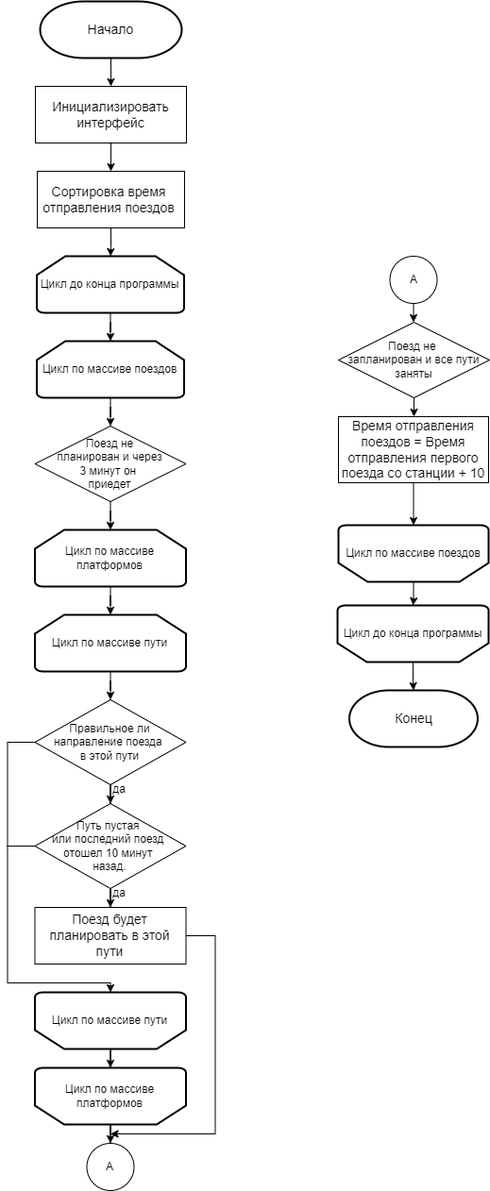
Earlier version of the draw.io export docs/img/prac.drawio.png (hieubichpro/6-SEM-Practice). Source tidied: cells renumbered, new cells last; positions are measured from the earlier drawing's top-left corner, leaving out a move shared by most shapes.
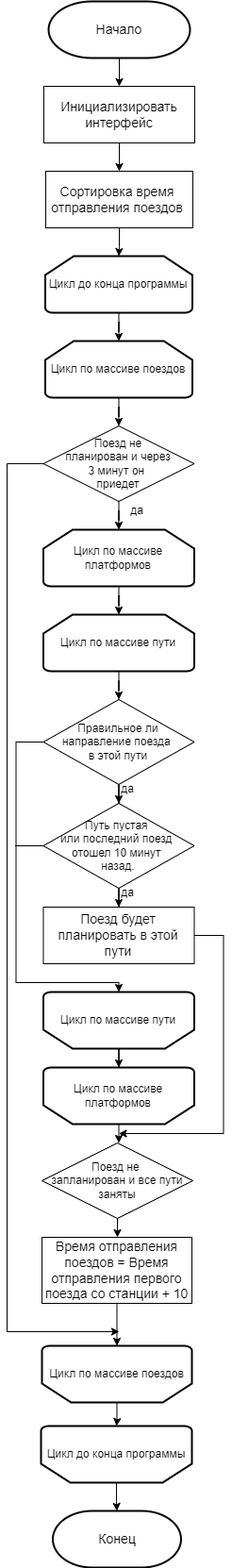
The same file after the commit.

The edit, as a diff of the source:
```diff
@@ -9,7 +9,7 @@
       <mxGeometry x="36" width="150" height="60" as="geometry" />
     </mxCell>
     <mxCell id="4" value="Конец" style="strokeWidth=2;html=1;shape=mxgraph.flowchart.terminator;whiteSpace=wrap;fontSize=14;" parent="1" vertex="1">
-      <mxGeometry x="363.5" y="730" width="136" height="60" as="geometry" />
+      <mxGeometry x="40.5" y="1600" width="136" height="60" as="geometry" />
     </mxCell>
     <mxCell id="5" style="edgeStyle=orthogonalEdgeStyle;rounded=0;jettySize=auto;html=1;entryX=0.5;entryY=0;entryDx=0;entryDy=0;" parent="1" edge="1" source="6" target="10">
       <mxGeometry relative="1" as="geometry" />
@@ -29,6 +29,14 @@
     <mxCell id="8" value="&lt;font style=&quot;font-size: 14px;&quot;&gt;Поезд будет планировать в этой пути&lt;/font&gt;" style="rounded=0;whiteSpace=wrap;html=1;fontSize=14;" parent="1" vertex="1">
       <mxGeometry x="30.5" y="960" width="160" height="60" as="geometry" />
     </mxCell>
+    <mxCell id="44" style="edgeStyle=orthogonalEdgeStyle;rounded=0;jettySize=auto;html=1;" parent="1" edge="1" source="9">
+      <mxGeometry relative="1" as="geometry">
+        <mxPoint x="111" y="1410" as="targetPoint" />
+        <Array as="points">
+          <mxPoint x="-8" y="490" />
+        </Array>
+      </mxGeometry>
+    </mxCell>
     <mxCell id="9" value="Поезд не&lt;div&gt;&amp;nbsp;планирован и&amp;nbsp;&lt;span style=&quot;background-color: initial;&quot;&gt;через&amp;nbsp;&lt;/span&gt;&lt;/div&gt;&lt;div&gt;3 минут&amp;nbsp;&lt;span style=&quot;background-color: initial;&quot;&gt;он&amp;nbsp;&lt;/span&gt;&lt;/div&gt;&lt;div&gt;&lt;span style=&quot;background-color: initial;&quot;&gt;приедет&lt;/span&gt;&lt;/div&gt;" style="rhombus;whiteSpace=wrap;html=1;" parent="1" vertex="1">
       <mxGeometry x="30.5" y="450" width="160" height="80" as="geometry" />
     </mxCell>
@@ -57,13 +65,13 @@
       <mxGeometry x="30.5" y="650" width="160" height="60" as="geometry" />
     </mxCell>
     <mxCell id="18" value="Цикл по массиве поездов" style="strokeWidth=2;html=1;shape=mxgraph.flowchart.loop_limit;whiteSpace=wrap;direction=west;" parent="1" vertex="1">
-      <mxGeometry x="352" y="555" width="159" height="60" as="geometry" />
+      <mxGeometry x="29" y="1425" width="159" height="60" as="geometry" />
     </mxCell>
     <mxCell id="19" value="Цикл по массиве пути" style="strokeWidth=2;html=1;shape=mxgraph.flowchart.loop_limit;whiteSpace=wrap;direction=west;" parent="1" vertex="1">
       <mxGeometry x="30.5" y="1050" width="160" height="60" as="geometry" />
     </mxCell>
     <mxCell id="20" value="Время отправления поездов = Время отправления первого поезда со станции + 10" style="rounded=0;whiteSpace=wrap;html=1;fontSize=14;" parent="1" vertex="1">
-      <mxGeometry x="352" y="440" width="159" height="70" as="geometry" />
+      <mxGeometry x="29" y="1310" width="159" height="70" as="geometry" />
     </mxCell>
     <mxCell id="21" style="edgeStyle=orthogonalEdgeStyle;rounded=0;jettySize=auto;html=1;entryX=0.5;entryY=0;entryDx=0;entryDy=0;" parent="1" edge="1" source="23" target="14">
       <mxGeometry relative="1" as="geometry" />
@@ -80,8 +88,10 @@
     <mxCell id="23" value="Правильное ли направление поезда&amp;nbsp;&lt;div&gt;в этой пути&lt;/div&gt;" style="rhombus;whiteSpace=wrap;html=1;" parent="1" vertex="1">
       <mxGeometry x="30.5" y="740" width="160" height="90" as="geometry" />
     </mxCell>
-    <mxCell id="24" style="edgeStyle=orthogonalEdgeStyle;rounded=0;jettySize=auto;html=1;entryX=0.5;entryY=0;entryDx=0;entryDy=0;" parent="1" edge="1" source="25" target="32">
-      <mxGeometry relative="1" as="geometry" />
+    <mxCell id="24" style="edgeStyle=orthogonalEdgeStyle;rounded=0;jettySize=auto;html=1;entryX=0.5;entryY=0;entryDx=0;entryDy=0;" parent="1" edge="1" source="25">
+      <mxGeometry relative="1" as="geometry">
+        <mxPoint x="110.5" y="1210" as="targetPoint" />
+      </mxGeometry>
     </mxCell>
     <mxCell id="25" value="Цикл по массиве платформов" style="strokeWidth=2;html=1;shape=mxgraph.flowchart.loop_limit;whiteSpace=wrap;direction=west;" parent="1" vertex="1">
       <mxGeometry x="30.5" y="1130" width="160" height="60" as="geometry" />
@@ -90,7 +100,7 @@
       <mxGeometry relative="1" as="geometry" />
     </mxCell>
     <mxCell id="27" value="Поезд не&amp;nbsp;&lt;div&gt;запланирован и все пути заняты&lt;br&gt;&lt;/div&gt;" style="rhombus;whiteSpace=wrap;html=1;" parent="1" vertex="1">
-      <mxGeometry x="352" y="340" width="160" height="80" as="geometry" />
+      <mxGeometry x="29" y="1210" width="160" height="80" as="geometry" />
     </mxCell>
     <mxCell id="28" style="edgeStyle=orthogonalEdgeStyle;rounded=0;jettySize=auto;html=1;entryX=0.5;entryY=0;entryDx=0;entryDy=0;entryPerimeter=0;" parent="1" edge="1" source="9" target="15">
       <mxGeometry relative="1" as="geometry" />
@@ -106,15 +116,6 @@
         <mxPoint x="0.5" y="895" as="sourcePoint" />
       </mxGeometry>
     </mxCell>
-    <mxCell id="32" value="A" style="ellipse;whiteSpace=wrap;html=1;" parent="1" vertex="1">
-      <mxGeometry x="85.5" y="1210" width="50" height="50" as="geometry" />
-    </mxCell>
-    <mxCell id="33" style="edgeStyle=orthogonalEdgeStyle;rounded=0;jettySize=auto;html=1;entryX=0.5;entryY=0;entryDx=0;entryDy=0;" parent="1" edge="1" source="34" target="27">
-      <mxGeometry relative="1" as="geometry" />
-    </mxCell>
-    <mxCell id="34" value="A" style="ellipse;whiteSpace=wrap;html=1;" parent="1" vertex="1">
-      <mxGeometry x="406.5" y="270" width="50" height="50" as="geometry" />
-    </mxCell>
     <mxCell id="35" style="edgeStyle=orthogonalEdgeStyle;rounded=0;jettySize=auto;html=1;entryX=0.5;entryY=1;entryDx=0;entryDy=0;entryPerimeter=0;" parent="1" edge="1" source="20" target="18">
       <mxGeometry relative="1" as="geometry" />
     </mxCell>
@@ -134,7 +135,7 @@
       <mxGeometry relative="1" as="geometry" />
     </mxCell>
     <mxCell id="41" value="Цикл до конц&lt;span style=&quot;color: rgba(0, 0, 0, 0); font-family: monospace; font-size: 0px; text-align: start; text-wrap: nowrap;&quot;&gt;%3CmxGraphModel%3E%3Croot%3E%3CmxCell%20id%3D%220%22%2F%3E%3CmxCell%20id%3D%221%22%20parent%3D%220%22%2F%3E%3CmxCell%20id%3D%222%22%20value%3D%22%D0%A6%D0%B8%D0%BA%D0%BB%20%D0%BF%D0%BE%20%D0%BC%D0%B0%D1%81%D1%81%D0%B8%D0%B2%D0%B5%20%D0%BF%D0%BE%D0%B5%D0%B7%D0%B4%D0%BE%D0%B2%22%20style%3D%22strokeWidth%3D2%3Bhtml%3D1%3Bshape%3Dmxgraph.flowchart.loop_limit%3BwhiteSpace%3Dwrap%3B%22%20vertex%3D%221%22%20parent%3D%221%22%3E%3CmxGeometry%20x%3D%2251.49%22%20y%3D%22420%22%20width%3D%22156%22%20height%3D%2260%22%20as%3D%22geometry%22%2F%3E%3C%2FmxCell%3E%3C%2Froot%3E%3C%2FmxGraphModel%3E&lt;/span&gt;а программы" style="strokeWidth=2;html=1;shape=mxgraph.flowchart.loop_limit;whiteSpace=wrap;direction=west;" parent="1" vertex="1">
-      <mxGeometry x="351" y="640" width="160" height="60" as="geometry" />
+      <mxGeometry x="28" y="1510" width="160" height="60" as="geometry" />
     </mxCell>
     <mxCell id="42" style="edgeStyle=orthogonalEdgeStyle;rounded=0;jettySize=auto;html=1;entryX=0.5;entryY=1;entryDx=0;entryDy=0;entryPerimeter=0;" parent="1" edge="1" source="18" target="41">
       <mxGeometry relative="1" as="geometry" />
@@ -142,5 +143,8 @@
     <mxCell id="43" style="edgeStyle=orthogonalEdgeStyle;rounded=0;jettySize=auto;html=1;entryX=0.5;entryY=0;entryDx=0;entryDy=0;entryPerimeter=0;" parent="1" edge="1" source="10" target="39">
       <mxGeometry relative="1" as="geometry" />
     </mxCell>
+    <mxCell id="45" value="да" style="text;html=1;align=center;verticalAlign=middle;whiteSpace=wrap;rounded=0;" parent="1" vertex="1">
+      <mxGeometry x="100.5" y="525" width="60" height="30" as="geometry" />
+    </mxCell>
   </root>
 </mxGraphModel>
```
